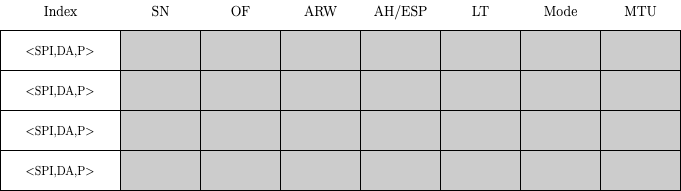
This is Document/sadb_table.png from rocioramirezsanabria-git/Thesis, a draw.io export, as it was before one commit. Source tidied: cells renumbered, new cells last; positions are measured from the earlier drawing's top-left corner, leaving out a move shared by most shapes.
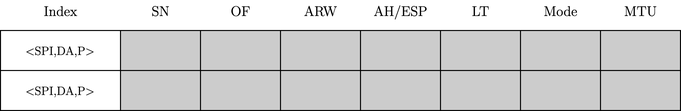
Above is the later version.

The edit, as a diff of the source:
```diff
@@ -50,54 +50,6 @@
     <mxCell id="17" style="rounded=0;whiteSpace=wrap;html=1;fillColor=#CCCCCC;" parent="1" vertex="1">
       <mxGeometry x="600" y="70" width="80" height="40" as="geometry" />
     </mxCell>
-    <mxCell id="18" value="&lt;font face=&quot;Latin Modern Roman&quot;&gt;&amp;lt;SPI,DA,P&amp;gt;&lt;/font&gt;" style="rounded=0;whiteSpace=wrap;html=1;" parent="1" vertex="1">
-      <mxGeometry y="110" width="120" height="40" as="geometry" />
-    </mxCell>
-    <mxCell id="19" style="rounded=0;whiteSpace=wrap;html=1;fillColor=#CCCCCC;" parent="1" vertex="1">
-      <mxGeometry x="120" y="110" width="80" height="40" as="geometry" />
-    </mxCell>
-    <mxCell id="20" style="rounded=0;whiteSpace=wrap;html=1;fillColor=#CCCCCC;" parent="1" vertex="1">
-      <mxGeometry x="200" y="110" width="80" height="40" as="geometry" />
-    </mxCell>
-    <mxCell id="21" style="rounded=0;whiteSpace=wrap;html=1;fillColor=#CCCCCC;" parent="1" vertex="1">
-      <mxGeometry x="440" y="110" width="80" height="40" as="geometry" />
-    </mxCell>
-    <mxCell id="22" style="rounded=0;whiteSpace=wrap;html=1;fillColor=#CCCCCC;" parent="1" vertex="1">
-      <mxGeometry x="360" y="110" width="80" height="40" as="geometry" />
-    </mxCell>
-    <mxCell id="23" style="rounded=0;whiteSpace=wrap;html=1;fillColor=#CCCCCC;" parent="1" vertex="1">
-      <mxGeometry x="280" y="110" width="80" height="40" as="geometry" />
-    </mxCell>
-    <mxCell id="24" style="rounded=0;whiteSpace=wrap;html=1;fillColor=#CCCCCC;" parent="1" vertex="1">
-      <mxGeometry x="520" y="110" width="80" height="40" as="geometry" />
-    </mxCell>
-    <mxCell id="25" style="rounded=0;whiteSpace=wrap;html=1;fillColor=#CCCCCC;" parent="1" vertex="1">
-      <mxGeometry x="600" y="110" width="80" height="40" as="geometry" />
-    </mxCell>
-    <mxCell id="26" value="&lt;font face=&quot;Latin Modern Roman&quot;&gt;&amp;lt;SPI,DA,P&amp;gt;&lt;/font&gt;" style="rounded=0;whiteSpace=wrap;html=1;" parent="1" vertex="1">
-      <mxGeometry y="150" width="120" height="40" as="geometry" />
-    </mxCell>
-    <mxCell id="27" style="rounded=0;whiteSpace=wrap;html=1;fillColor=#CCCCCC;" parent="1" vertex="1">
-      <mxGeometry x="120" y="150" width="80" height="40" as="geometry" />
-    </mxCell>
-    <mxCell id="28" style="rounded=0;whiteSpace=wrap;html=1;fillColor=#CCCCCC;" parent="1" vertex="1">
-      <mxGeometry x="200" y="150" width="80" height="40" as="geometry" />
-    </mxCell>
-    <mxCell id="29" style="rounded=0;whiteSpace=wrap;html=1;fillColor=#CCCCCC;" parent="1" vertex="1">
-      <mxGeometry x="440" y="150" width="80" height="40" as="geometry" />
-    </mxCell>
-    <mxCell id="30" style="rounded=0;whiteSpace=wrap;html=1;fillColor=#CCCCCC;" parent="1" vertex="1">
-      <mxGeometry x="360" y="150" width="80" height="40" as="geometry" />
-    </mxCell>
-    <mxCell id="31" style="rounded=0;whiteSpace=wrap;html=1;fillColor=#CCCCCC;" parent="1" vertex="1">
-      <mxGeometry x="280" y="150" width="80" height="40" as="geometry" />
-    </mxCell>
-    <mxCell id="32" style="rounded=0;whiteSpace=wrap;html=1;fillColor=#CCCCCC;" parent="1" vertex="1">
-      <mxGeometry x="520" y="150" width="80" height="40" as="geometry" />
-    </mxCell>
-    <mxCell id="33" style="rounded=0;whiteSpace=wrap;html=1;fillColor=#CCCCCC;" parent="1" vertex="1">
-      <mxGeometry x="600" y="150" width="80" height="40" as="geometry" />
-    </mxCell>
     <mxCell id="34" value="&lt;font face=&quot;Latin Modern Roman&quot; style=&quot;font-size: 14px&quot;&gt;Index&lt;/font&gt;" style="text;html=1;align=center;verticalAlign=middle;" parent="1" vertex="1">
       <mxGeometry x="35" width="50" height="20" as="geometry" />
     </mxCell>
```
